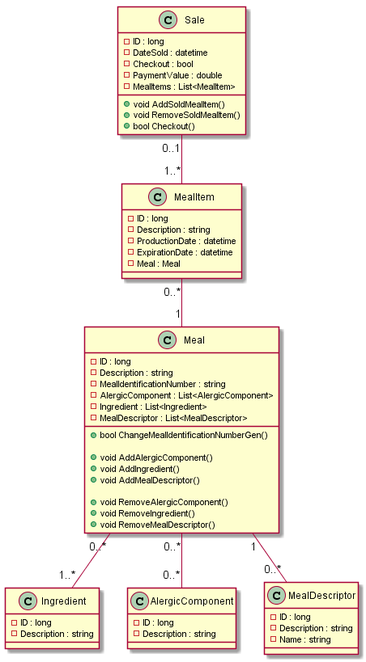
PeFerreira98/ARQSOFT_2019 keeps this PlantUML diagram as P1/ADD/img/DomainModelDiagram.png. Above is the earlier version. The source it was exported from:
```plantuml
@startuml DomainModelDiagram
class Meal {
    -ID : long
    -Description : string
    -MealIdentificationNumber : string
    -AlergicComponent : List<AlergicComponent>
    -Ingredient : List<Ingredient>
    -MealDescriptor : List<MealDescriptor>

    +bool ChangeMealIdentificationNumberGen()

    +void AddAlergicComponent()
    +void AddIngredient()
    +void AddMealDescriptor()

    +void RemoveAlergicComponent()
    +void RemoveIngredient()
    +void RemoveMealDescriptor()
}

class MealItem {
    -ID : long
    -Description : string
    -ProductionDate : datetime
    -ExpirationDate : datetime
    -Meal : Meal
}

class Ingredient {
    -ID : long
    -Description : string
}

class AlergicComponent {
    -ID : long
    -Description : string
}

class MealDescriptor {
    -ID : long
    -Description : string
    -Name : string
}

class Sale {
    -ID : long
    -DateSold : datetime
    -Checkout : bool
    -PaymentValue : double
    -MealItems : List<MealItem>

    +void AddSoldMealItem()
    +void RemoveSoldMealItem()
    +bool Checkout()
}

Meal "0..*" -- "0..*" AlergicComponent
Meal "1" -- "0..*" MealDescriptor
Meal "0..*" -- "1..*" Ingredient

MealItem "0..*" -- "1" Meal

Sale "0..1" -- "1..*" MealItem
@enduml
```
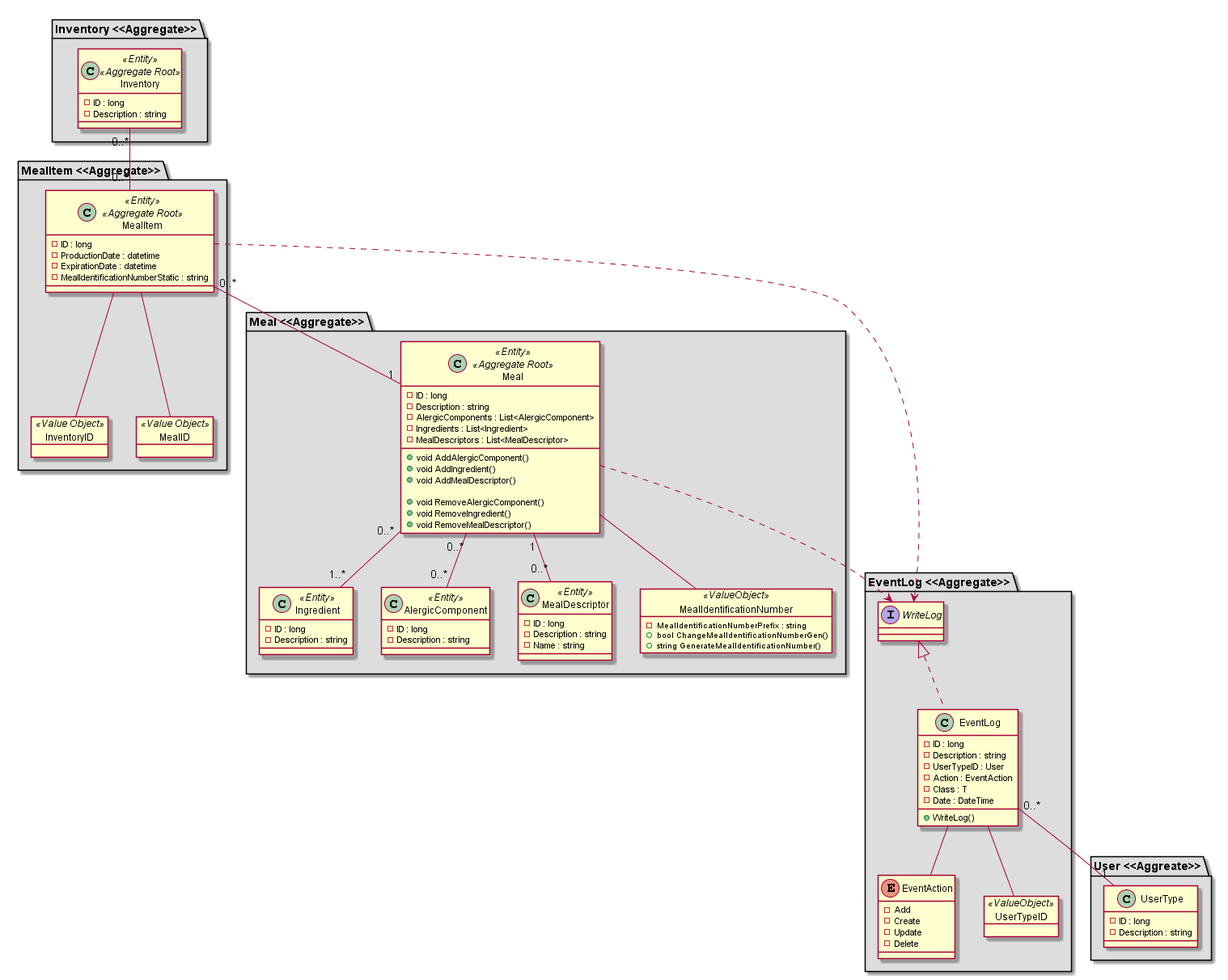
After the commit.

Commit message:
model, deploy, api diagram improve

What changed in the source:
```diff
@@ -1,64 +1,116 @@
 @startuml DomainModelDiagram
-class Meal {
-    -ID : long
-    -Description : string
-    -MealIdentificationNumber : string
-    -AlergicComponent : List<AlergicComponent>
-    -Ingredient : List<Ingredient>
-    -MealDescriptor : List<MealDescriptor>
 
-    +bool ChangeMealIdentificationNumberGen()
-
-    +void AddAlergicComponent()
-    +void AddIngredient()
-    +void AddMealDescriptor()
-
-    +void RemoveAlergicComponent()
-    +void RemoveIngredient()
-    +void RemoveMealDescriptor()
+package "Inventory <<Aggregate>>" #DDDDDD {
+    class Inventory <<Entity>> <<Aggregate Root>> {
+        -ID : long
+        -Description : string
+    }
 }
 
-class MealItem {
-    -ID : long
-    -Description : string
-    -ProductionDate : datetime
-    -ExpirationDate : datetime
-    -Meal : Meal
+package "MealItem <<Aggregate>>" #DDDDDD {
+    class MealItem <<Entity>> <<Aggregate Root>> {
+        -ID : long
+        -ProductionDate : datetime
+        -ExpirationDate : datetime
+        -MealIdentificationNumberStatic : string
+    }
+
+    object InventoryID <<Value Object>>
+
+    object MealID <<Value Object>>
+
+    MealItem -- InventoryID
+    MealItem -- MealID
 }
 
-class Ingredient {
-    -ID : long
-    -Description : string
+package "Meal <<Aggregate>>" #DDDDDD {
+    class Meal <<Entity>> <<Aggregate Root>> {
+        -ID : long
+        -Description : string
+        -AlergicComponents : List<AlergicComponent>
+        -Ingredients : List<Ingredient>
+        -MealDescriptors : List<MealDescriptor>
+
+        +void AddAlergicComponent()
+        +void AddIngredient()
+        +void AddMealDescriptor()
+
+        +void RemoveAlergicComponent()
+        +void RemoveIngredient()
+        +void RemoveMealDescriptor()
+    }
+
+    class Ingredient <<Entity>> {
+        -ID : long
+        -Description : string
+    }
+
+    class AlergicComponent <<Entity>> {
+        -ID : long
+        -Description : string
+    }
+
+    class MealDescriptor <<Entity>> {
+        -ID : long
+        -Description : string
+        -Name : string
+    }
+
+    object MealIdentificationNumber <<ValueObject>> {
+        -MealIdentificationNumberPrefix : string
+
+        +bool ChangeMealIdentificationNumberGen()
+        +string GenerateMealIdentificationNumber()
+    }
+
+    Meal "0..*" -- "0..*" AlergicComponent
+    Meal "1" -- "0..*" MealDescriptor
+    Meal "0..*" -- "1..*" Ingredient
+    Meal -- MealIdentificationNumber
 }
 
-class AlergicComponent {
-    -ID : long
-    -Description : string
+package "EventLog <<Aggregate>>" #DDDDDD {
+    interface WriteLog
+
+    class EventLog  {
+        -ID : long
+        -Description : string
+        -UserTypeID : User
+        -Action : EventAction
+        -Class : T
+        -Date : DateTime
+
+        +WriteLog()
+    }
+
+    enum EventAction {
+        - Add
+        - Create
+        - Update
+        - Delete
+    }
+
+    object UserTypeID <<ValueObject>>
+
+    WriteLog <|.. EventLog
+    EventLog -- UserTypeID
+    EventLog -- EventAction
 }
 
-class MealDescriptor {
-    -ID : long
-    -Description : string
-    -Name : string
+package "User <<Aggreate>>" #DDDDDD {
+    class UserType {
+        -ID : long
+        -Description : string
+    }
 }
 
-class Sale {
-    -ID : long
-    -DateSold : datetime
-    -Checkout : bool
-    -PaymentValue : double
-    -MealItems : List<MealItem>
+Inventory "0..*" -- "0..*" MealItem
+MealItem "0..*" -- "1" Meal
+EventLog "0..*" -- "1" UserType
+MealItem ..> WriteLog
+Meal ..> WriteLog
 
-    +void AddSoldMealItem()
-    +void RemoveSoldMealItem()
-    +bool Checkout()
-}
 
-Meal "0..*" -- "0..*" AlergicComponent
-Meal "1" -- "0..*" MealDescriptor
-Meal "0..*" -- "1..*" Ingredient
 
-MealItem "0..*" -- "1" Meal
 
-Sale "0..1" -- "1..*" MealItem
 @enduml
```
